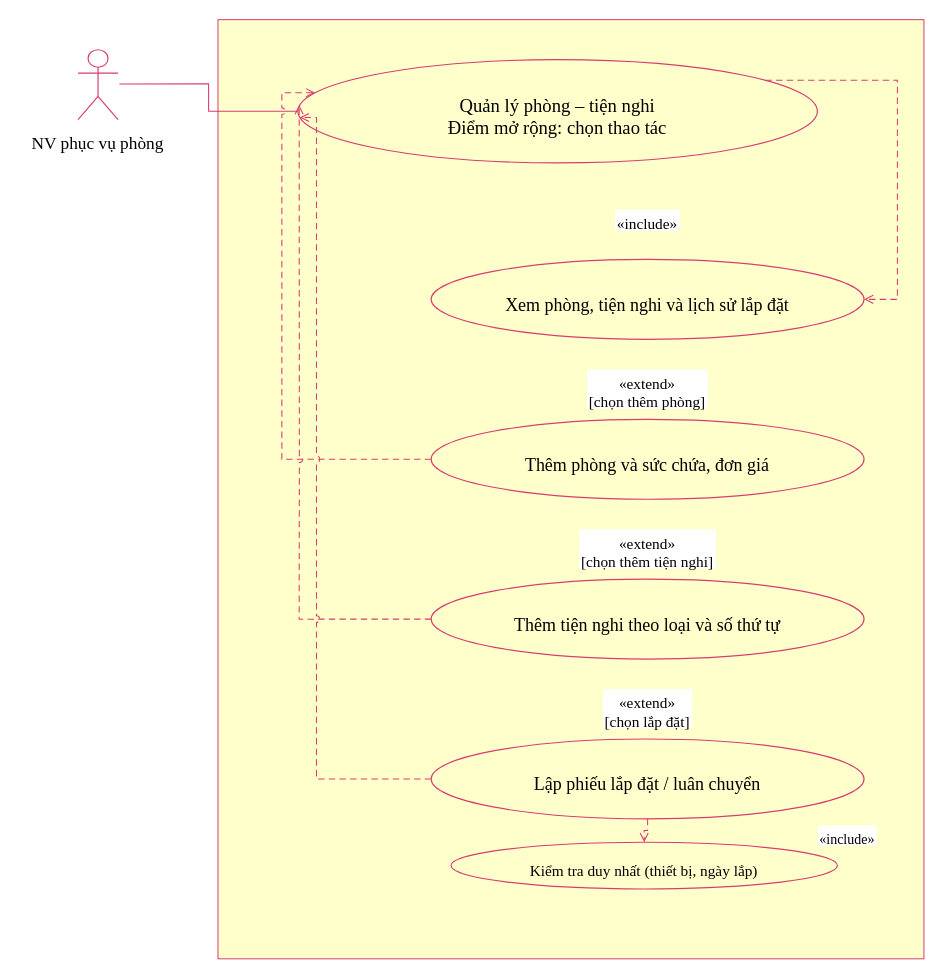
kanishere55/LAB_AT_OOSD keeps this draw.io diagram as LAB3/UML/02_PhanRaPhongTienNghi.drawio. Above is the earlier version. Source tidied: cells renumbered, new cells numbered last; positions are measured from the earlier drawing's top-left corner, leaving out a move shared by most shapes. Both pictures are drawn from the tidied source at 117%, with x=0, y=0 at pixel (29, 19).
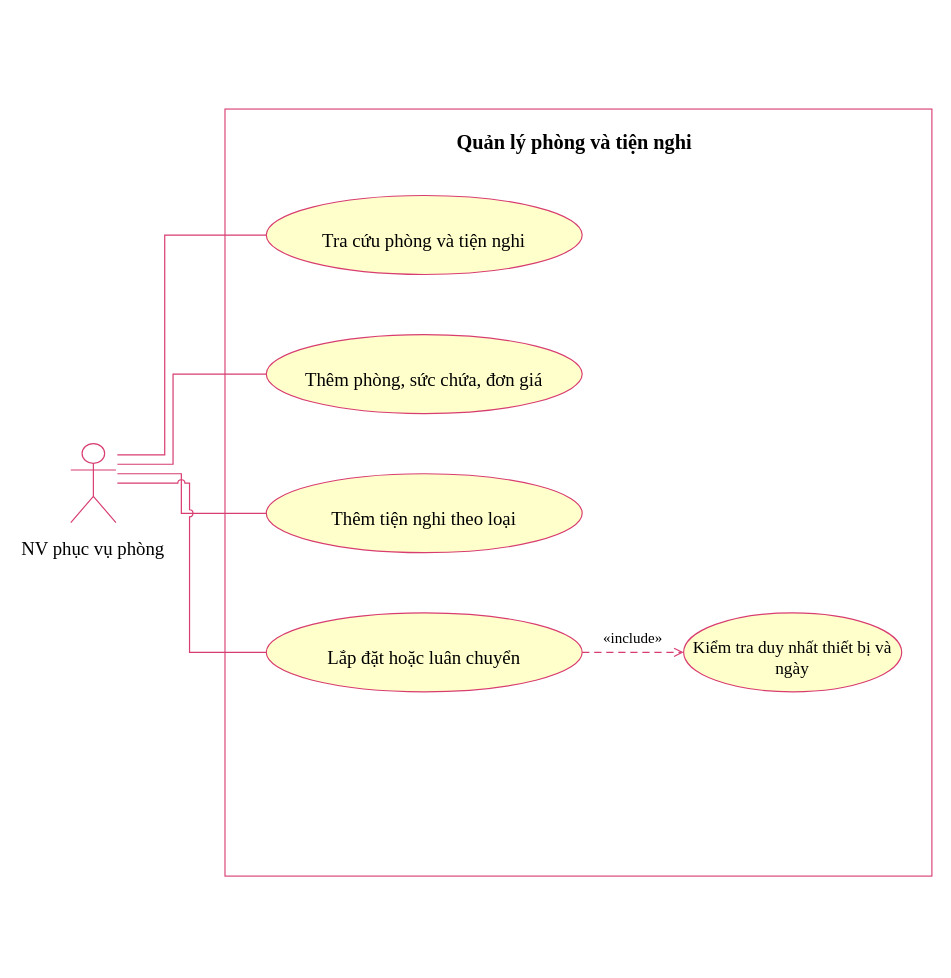
The same diagram, later.

Diff of the diagram source:
```diff
@@
-    <mxCell id="2" style="group;html=0;" parent="1" vertex="1">
-      <mxGeometry x="40.1" y="25.4" width="36.4" height="59.8" as="geometry" />
-    </mxCell>
-    <mxCell id="3" style="shape=umlActor;fillColor=none;strokeColor=#d83d70;" parent="2" vertex="1">
-      <mxGeometry x="1.1" y="0.6" width="34.2" height="59.8" as="geometry" />
+    <mxCell id="3" style="rounded=0;arcSize=12;html=0;fillColor=none;strokeColor=#D83D70;strokeWidth=0.964;" parent="1" vertex="1">
+      <mxGeometry x="166.8" y="76.7" width="604.2" height="655.6" as="geometry" />
     </mxCell>
-    <mxCell id="4" value="NV phục vụ phòng" style="text;html=0;strokeColor=none;fillColor=none;fontFamily=Times New Roman;fontColor=#000000;fontSize=14.801;fontStyle=0;align=center;verticalAlign=top;spacing=0;whiteSpace=nowrap;overflow=visible;" parent="2" vertex="1">
-      <mxGeometry x="-40" y="67.2" width="116.4" height="20.3" as="geometry" />
+    <mxCell id="4" value="Quản lý phòng và tiện nghi" style="text;html=0;strokeColor=none;fillColor=none;fontFamily=Times New Roman;fontColor=#000000;fontSize=17.354;fontStyle=1;align=center;verticalAlign=top;spacing=0;whiteSpace=nowrap;overflow=visible;" parent="1" vertex="1">
+      <mxGeometry x="363.2" y="90.2" width="204.9" height="23.7" as="geometry" />
     </mxCell>
+    <mxCell id="2" style="group;html=0;" parent="1" vertex="1">
+      <mxGeometry x="33.7" y="362.1" width="41.1" height="67.5" as="geometry" />
+    </mxCell>
-    <mxCell id="5" style="rounded=0;arcSize=12;html=0;fillColor=#ffffcc;strokeColor=#d83d70;strokeWidth=0.854;" parent="1" vertex="1">
-      <mxGeometry x="160.8" y="0.3" width="603.4" height="802.7" as="geometry" />
+    <mxCell id="5" style="shape=umlActor;fillColor=none;strokeColor=#D83D70;" parent="2" vertex="1">
+      <mxGeometry x="1.3" y="0.6" width="38.6" height="67.5" as="geometry" />
     </mxCell>
-    <mxCell id="6" style="group;html=0;" parent="1" vertex="1">
-      <mxGeometry x="229.1" y="34.5" width="444" height="88.2" as="geometry" />
-    </mxCell>
-    <mxCell id="7" style="shape=ellipse;fillColor=#ffffcc;strokeColor=#d83d70;" parent="6" vertex="1">
-      <mxGeometry width="444" height="88.2" as="geometry" />
+    <mxCell id="7" value="NV phục vụ phòng" style="text;html=0;strokeColor=none;fillColor=none;fontFamily=Times New Roman;fontColor=#000000;fontSize=16.069;fontStyle=0;align=center;verticalAlign=top;spacing=0;whiteSpace=nowrap;overflow=visible;" parent="2" vertex="1">
+      <mxGeometry x="-42.7" y="75.8" width="126.5" height="22.2" as="geometry" />
     </mxCell>
+    <mxCell id="10" style="group;html=0;" parent="1" vertex="1">
+      <mxGeometry x="202.1" y="150.6" width="270" height="67.5" as="geometry" />
+    </mxCell>
-    <mxCell id="8" value="Quản lý phòng – tiện nghi&#10;Điểm mở rộng: chọn thao tác" style="text;html=0;strokeColor=none;fillColor=none;fontFamily=Times New Roman;fontColor=#000000;fontSize=15.940;fontStyle=0;align=center;verticalAlign=top;spacing=0;whiteSpace=nowrap;overflow=visible;" parent="6" vertex="1">
-      <mxGeometry x="126.9" y="25.3" width="190.3" height="40.5" as="geometry" />
+    <mxCell id="8" style="shape=ellipse;fillColor=#FFFFCC;strokeColor=#D83D70;" parent="10" vertex="1">
+      <mxGeometry width="270" height="67.5" as="geometry" />
     </mxCell>
-    <mxCell id="9" style="edgeStyle=none;noEdgeStyle=1;rounded=0;jumpStyle=arc;jumpSize=6;strokeColor=#d83d70;strokeWidth=0.911;endArrow=none;endFill=0;startArrow=none;startFill=1;exitX=1.0;exitY=0.5;exitPerimeter=0;entryX=0.0;entryY=0.5;entryPerimeter=0;" parent="1" edge="1" source="2" target="6">
-      <mxGeometry relative="1" as="geometry">
-        <Array as="points">
-          <mxPoint x="152.8" y="55.2" />
-          <mxPoint x="152.8" y="78.6" />
-        </Array>
-      </mxGeometry>
+    <mxCell id="9" value="Tra cứu phòng và tiện nghi" style="text;html=0;strokeColor=none;fillColor=none;fontFamily=Times New Roman;fontColor=#000000;fontSize=16.069;fontStyle=0;align=center;verticalAlign=top;spacing=0;whiteSpace=nowrap;overflow=visible;" parent="10" vertex="1">
+      <mxGeometry x="46" y="24.3" width="177.9" height="22.2" as="geometry" />
     </mxCell>
-    <mxCell id="10" style="group;html=0;" parent="1" vertex="1">
-      <mxGeometry x="343" y="205.2" width="370" height="68.3" as="geometry" />
-    </mxCell>
-    <mxCell id="11" style="shape=ellipse;fillColor=#ffffcc;strokeColor=#d83d70;" parent="10" vertex="1">
-      <mxGeometry width="370" height="68.3" as="geometry" />
+    <mxCell id="11" style="edgeStyle=none;noEdgeStyle=1;rounded=0;jumpStyle=arc;jumpSize=6;strokeColor=#D83D70;strokeWidth=1.028;endArrow=none;endFill=0;startArrow=none;startFill=1;" parent="1" edge="1">
+      <mxGeometry relative="1" as="geometry">
+        <mxPoint x="74.8" y="372.2" as="sourcePoint" />
+        <mxPoint x="202.1" y="184.4" as="targetPoint" />
+        <Array as="points">
+          <mxPoint x="115.3" y="372.2" />
+          <mxPoint x="115.3" y="184.4" />
+        </Array>
+      </mxGeometry>
     </mxCell>
+    <mxCell id="15" style="group;html=0;" parent="1" vertex="1">
+      <mxGeometry x="202.1" y="269.5" width="270" height="67.5" as="geometry" />
+    </mxCell>
-    <mxCell id="12" value="Xem phòng, tiện nghi và lịch sử lắp đặt" style="text;html=0;strokeColor=none;fillColor=none;fontFamily=Times New Roman;fontColor=#000000;fontSize=15.371;fontStyle=0;align=center;verticalAlign=top;spacing=0;whiteSpace=nowrap;overflow=visible;" parent="10" vertex="1">
-      <mxGeometry x="61.9" y="25.1" width="246.2" height="21" as="geometry" />
+    <mxCell id="12" style="shape=ellipse;fillColor=#FFFFCC;strokeColor=#D83D70;" parent="15" vertex="1">
+      <mxGeometry width="270" height="67.5" as="geometry" />
     </mxCell>
-    <mxCell id="13" style="edgeStyle=none;noEdgeStyle=1;rounded=0;jumpStyle=arc;jumpSize=6;strokeColor=#d83d70;strokeWidth=0.911;endArrow=open;endFill=0;startArrow=none;startFill=1;dashed=1;dashPattern=6 4;exitX=0.9;exitY=0.2;exitPerimeter=0;entryX=1.0;entryY=0.5;entryPerimeter=0;" parent="1" edge="1" source="6" target="10">
-      <mxGeometry relative="1" as="geometry">
-        <Array as="points">
-          <mxPoint x="741.5" y="52.1" />
-          <mxPoint x="741.5" y="239.4" />
-        </Array>
-      </mxGeometry>
+    <mxCell id="13" value="Thêm phòng, sức chứa, đơn giá" style="text;html=0;strokeColor=none;fillColor=none;fontFamily=Times New Roman;fontColor=#000000;fontSize=16.069;fontStyle=0;align=center;verticalAlign=top;spacing=0;whiteSpace=nowrap;overflow=visible;" parent="15" vertex="1">
+      <mxGeometry x="31.7" y="24.3" width="206.6" height="22.2" as="geometry" />
     </mxCell>
-    <mxCell id="14" value="«include»" style="text;html=0;strokeColor=none;fillColor=#ffffff;fontFamily=Times New Roman;fontColor=#000000;fontSize=13.094;fontStyle=0;align=center;verticalAlign=top;spacing=0;whiteSpace=nowrap;overflow=visible;" parent="1" vertex="1">
-      <mxGeometry x="500.4" y="162.6" width="55.2" height="18.3" as="geometry" />
+    <mxCell id="14" style="edgeStyle=none;noEdgeStyle=1;rounded=0;jumpStyle=arc;jumpSize=6;strokeColor=#D83D70;strokeWidth=1.028;endArrow=none;endFill=0;startArrow=none;startFill=1;" parent="1" edge="1">
+      <mxGeometry relative="1" as="geometry">
+        <mxPoint x="74.8" y="380.3" as="sourcePoint" />
+        <mxPoint x="202.1" y="303.3" as="targetPoint" />
+        <Array as="points">
+          <mxPoint x="122.4" y="380.3" />
+          <mxPoint x="122.4" y="303.3" />
+        </Array>
+      </mxGeometry>
     </mxCell>
-    <mxCell id="15" style="group;html=0;" parent="1" vertex="1">
-      <mxGeometry x="343" y="341.9" width="370" height="68.3" as="geometry" />
-    </mxCell>
+    <mxCell id="20" style="group;html=0;" parent="1" vertex="1">
+      <mxGeometry x="202.1" y="388.4" width="270" height="67.5" as="geometry" />
+    </mxCell>
-    <mxCell id="16" style="shape=ellipse;fillColor=#ffffcc;strokeColor=#d83d70;" parent="15" vertex="1">
-      <mxGeometry width="370" height="68.3" as="geometry" />
+    <mxCell id="16" style="shape=ellipse;fillColor=#FFFFCC;strokeColor=#D83D70;" parent="20" vertex="1">
+      <mxGeometry width="270" height="67.5" as="geometry" />
     </mxCell>
-    <mxCell id="17" value="Thêm phòng và sức chứa, đơn giá" style="text;html=0;strokeColor=none;fillColor=none;fontFamily=Times New Roman;fontColor=#000000;fontSize=15.371;fontStyle=0;align=center;verticalAlign=top;spacing=0;whiteSpace=nowrap;overflow=visible;" parent="15" vertex="1">
-      <mxGeometry x="78.8" y="25.1" width="212.3" height="21" as="geometry" />
+    <mxCell id="17" value="Thêm tiện nghi theo loại" style="text;html=0;strokeColor=none;fillColor=none;fontFamily=Times New Roman;fontColor=#000000;fontSize=16.069;fontStyle=0;align=center;verticalAlign=top;spacing=0;whiteSpace=nowrap;overflow=visible;" parent="20" vertex="1">
+      <mxGeometry x="54.1" y="24.3" width="161.8" height="22.2" as="geometry" />
     </mxCell>
-    <mxCell id="18" style="edgeStyle=none;noEdgeStyle=1;rounded=0;jumpStyle=arc;jumpSize=6;strokeColor=#d83d70;strokeWidth=0.911;endArrow=open;endFill=0;startArrow=none;startFill=1;dashed=1;dashPattern=6 4;exitX=0.0;exitY=0.5;exitPerimeter=0;entryX=0.03352384841237597;entryY=0.31999999999999995;entryPerimeter=0;" parent="1" edge="1" source="15" target="6">
+    <mxCell id="18" style="edgeStyle=none;noEdgeStyle=1;rounded=0;jumpStyle=arc;jumpSize=6;strokeColor=#D83D70;strokeWidth=1.028;endArrow=none;endFill=0;startArrow=none;startFill=1;" parent="1" edge="1">
       <mxGeometry relative="1" as="geometry">
+        <mxPoint x="74.8" y="388.4" as="sourcePoint" />
+        <mxPoint x="202.1" y="422.2" as="targetPoint" />
         <Array as="points">
-          <mxPoint x="215.4" y="376" />
-          <mxPoint x="215.4" y="62.7" />
+          <mxPoint x="129.5" y="388.4" />
+          <mxPoint x="129.5" y="422.2" />
         </Array>
       </mxGeometry>
     </mxCell>
+    <mxCell id="25" style="group;html=0;" parent="1" vertex="1">
+      <mxGeometry x="202.1" y="507.3" width="270" height="67.5" as="geometry" />
+    </mxCell>
-    <mxCell id="19" value="«extend»&#10;[chọn thêm phòng]" style="text;html=0;strokeColor=none;fillColor=#ffffff;fontFamily=Times New Roman;fontColor=#000000;fontSize=13.094;fontStyle=0;align=center;verticalAlign=top;spacing=0;whiteSpace=nowrap;overflow=visible;" parent="1" vertex="1">
-      <mxGeometry x="476.3" y="299.2" width="103.3" height="33.7" as="geometry" />
+    <mxCell id="19" style="shape=ellipse;fillColor=#FFFFCC;strokeColor=#D83D70;" parent="25" vertex="1">
+      <mxGeometry width="270" height="67.5" as="geometry" />
     </mxCell>
-    <mxCell id="20" style="group;html=0;" parent="1" vertex="1">
-      <mxGeometry x="343" y="478.5" width="370" height="68.3" as="geometry" />
-    </mxCell>
-    <mxCell id="21" style="shape=ellipse;fillColor=#ffffcc;strokeColor=#d83d70;" parent="20" vertex="1">
-      <mxGeometry width="370" height="68.3" as="geometry" />
+    <mxCell id="21" value="Lắp đặt hoặc luân chuyển" style="text;html=0;strokeColor=none;fillColor=none;fontFamily=Times New Roman;fontColor=#000000;fontSize=16.069;fontStyle=0;align=center;verticalAlign=top;spacing=0;whiteSpace=nowrap;overflow=visible;" parent="25" vertex="1">
+      <mxGeometry x="50.7" y="24.3" width="168.6" height="22.2" as="geometry" />
     </mxCell>
-    <mxCell id="22" value="Thêm tiện nghi theo loại và số thứ tự" style="text;html=0;strokeColor=none;fillColor=none;fontFamily=Times New Roman;fontColor=#000000;fontSize=15.371;fontStyle=0;align=center;verticalAlign=top;spacing=0;whiteSpace=nowrap;overflow=visible;" parent="20" vertex="1">
-      <mxGeometry x="69.5" y="25.1" width="231.1" height="21" as="geometry" />
+    <mxCell id="22" style="edgeStyle=none;noEdgeStyle=1;rounded=0;jumpStyle=arc;jumpSize=6;strokeColor=#D83D70;strokeWidth=1.028;endArrow=none;endFill=0;startArrow=none;startFill=1;" parent="1" edge="1">
+      <mxGeometry relative="1" as="geometry">
+        <mxPoint x="74.8" y="396.5" as="sourcePoint" />
+        <mxPoint x="202.1" y="541.1" as="targetPoint" />
+        <Array as="points">
+          <mxPoint x="136.5" y="396.5" />
+          <mxPoint x="136.5" y="541.1" />
+        </Array>
+      </mxGeometry>
     </mxCell>
+    <mxCell id="35" style="group;html=0;" parent="1" vertex="1">
+      <mxGeometry x="558.8" y="507.3" width="186.4" height="67.5" as="geometry" />
+    </mxCell>
-    <mxCell id="23" style="edgeStyle=none;noEdgeStyle=1;rounded=0;jumpStyle=arc;jumpSize=6;strokeColor=#d83d70;strokeWidth=0.911;endArrow=open;endFill=0;startArrow=none;startFill=1;dashed=1;dashPattern=6 4;exitX=0.0;exitY=0.5;exitPerimeter=0;entryX=0.003613054160365728;entryY=0.43999999999999995;entryPerimeter=0;" parent="1" edge="1" source="20" target="6">
-      <mxGeometry relative="1" as="geometry">
-        <Array as="points">
-          <mxPoint x="230.2" y="512.7" />
-          <mxPoint x="230.2" y="73.3" />
-        </Array>
-      </mxGeometry>
+    <mxCell id="23" style="shape=ellipse;fillColor=#FFFFCC;strokeColor=#D83D70;" parent="35" vertex="1">
+      <mxGeometry width="186.4" height="67.5" as="geometry" />
     </mxCell>
-    <mxCell id="24" value="«extend»&#10;[chọn thêm tiện nghi]" style="text;html=0;strokeColor=none;fillColor=#ffffff;fontFamily=Times New Roman;fontColor=#000000;fontSize=13.094;fontStyle=0;align=center;verticalAlign=top;spacing=0;whiteSpace=nowrap;overflow=visible;" parent="1" vertex="1">
-      <mxGeometry x="469.5" y="435.8" width="117" height="33.7" as="geometry" />
+    <mxCell id="24" value="Kiểm tra duy nhất thiết bị và&#10;ngày" style="text;html=0;strokeColor=none;fillColor=none;fontFamily=Times New Roman;fontColor=#000000;fontSize=14.783;fontStyle=0;align=center;verticalAlign=top;spacing=0;whiteSpace=nowrap;overflow=visible;" parent="35" vertex="1">
+      <mxGeometry x="5.9" y="16.3" width="174.5" height="38.1" as="geometry" />
     </mxCell>
-    <mxCell id="25" style="group;html=0;" parent="1" vertex="1">
-      <mxGeometry x="343" y="615.1" width="370" height="68.3" as="geometry" />
-    </mxCell>
-    <mxCell id="26" style="shape=ellipse;fillColor=#ffffcc;strokeColor=#d83d70;" parent="25" vertex="1">
-      <mxGeometry width="370" height="68.3" as="geometry" />
+    <mxCell id="26" style="edgeStyle=none;noEdgeStyle=1;rounded=0;jumpStyle=arc;jumpSize=6;strokeColor=#D83D70;strokeWidth=1.028;endArrow=open;endFill=0;startArrow=none;startFill=1;dashed=1;dashPattern=6 4;exitX=1.0;exitY=0.5;exitPerimeter=0;entryX=0.0;entryY=0.5;entryPerimeter=0;" parent="1" edge="1" source="25" target="35">
+      <mxGeometry relative="1" as="geometry" />
     </mxCell>
-    <mxCell id="27" value="Lập phiếu lắp đặt / luân chuyển" style="text;html=0;strokeColor=none;fillColor=none;fontFamily=Times New Roman;fontColor=#000000;fontSize=15.371;fontStyle=0;align=center;verticalAlign=top;spacing=0;whiteSpace=nowrap;overflow=visible;" parent="25" vertex="1">
-      <mxGeometry x="86.4" y="25.1" width="197.3" height="21" as="geometry" />
+    <mxCell id="27" value="«include»" style="text;html=0;strokeColor=none;fillColor=#ffffff;fontFamily=Times New Roman;fontColor=#000000;fontSize=12.855;fontStyle=0;align=center;verticalAlign=top;spacing=0;whiteSpace=nowrap;overflow=visible;" parent="1" vertex="1">
+      <mxGeometry x="488.4" y="517" width="54.6" height="18.4" as="geometry" />
     </mxCell>
-    <mxCell id="28" style="edgeStyle=none;noEdgeStyle=1;rounded=0;jumpStyle=arc;jumpSize=6;strokeColor=#d83d70;strokeWidth=0.911;endArrow=open;endFill=0;startArrow=none;startFill=1;dashed=1;dashPattern=6 4;exitX=0.0;exitY=0.5;exitPerimeter=0;entryX=0.003613054160365801;entryY=0.56;entryPerimeter=0;" parent="1" edge="1" source="25" target="6">
-      <mxGeometry relative="1" as="geometry">
-        <Array as="points">
-          <mxPoint x="245" y="649.3" />
-          <mxPoint x="245" y="83.9" />
-        </Array>
-      </mxGeometry>
-    </mxCell>
-    <mxCell id="29" value="«extend»&#10;[chọn lắp đặt]" style="text;html=0;strokeColor=none;fillColor=#ffffff;fontFamily=Times New Roman;fontColor=#000000;fontSize=13.094;fontStyle=0;align=center;verticalAlign=top;spacing=0;whiteSpace=nowrap;overflow=visible;" parent="1" vertex="1">
-      <mxGeometry x="489.8" y="572.4" width="76.4" height="33.7" as="geometry" />
-    </mxCell>
-    <mxCell id="30" style="group;html=0;" parent="1" vertex="1">
-      <mxGeometry x="360" y="703.4" width="330.2" height="39.9" as="geometry" />
-    </mxCell>
-    <mxCell id="31" style="shape=ellipse;fillColor=#ffffcc;strokeColor=#d83d70;" parent="30" vertex="1">
-      <mxGeometry width="330.2" height="39.9" as="geometry" />
-    </mxCell>
-    <mxCell id="32" value="Kiểm tra duy nhất (thiết bị, ngày lắp)" style="text;html=0;strokeColor=none;fillColor=none;fontFamily=Times New Roman;fontColor=#000000;fontSize=13.094;fontStyle=0;align=center;verticalAlign=top;spacing=0;whiteSpace=nowrap;overflow=visible;" parent="30" vertex="1">
-      <mxGeometry x="65.5" y="12.2" width="199.1" height="18.3" as="geometry" />
-    </mxCell>
-    <mxCell id="33" style="edgeStyle=none;noEdgeStyle=1;rounded=0;jumpStyle=arc;jumpSize=6;strokeColor=#d83d70;strokeWidth=0.911;endArrow=open;endFill=0;startArrow=none;startFill=1;dashed=1;dashPattern=6 4;exitX=0.5;exitY=1.0;exitPerimeter=0;entryX=0.5;entryY=0.0;entryPerimeter=0;" parent="1" edge="1" source="25" target="30">
-      <mxGeometry relative="1" as="geometry">
-        <Array as="points">
-          <mxPoint x="528" y="693.4" />
-          <mxPoint x="525.1" y="693.4" />
-        </Array>
-      </mxGeometry>
-    </mxCell>
-    <mxCell id="34" value="«include»" style="text;html=0;strokeColor=none;fillColor=#ffffff;fontFamily=Times New Roman;fontColor=#000000;fontSize=11.955;fontStyle=0;align=center;verticalAlign=top;spacing=0;whiteSpace=nowrap;overflow=visible;" parent="1" vertex="1">
-      <mxGeometry x="673.6" y="689.1" width="50.4" height="17" as="geometry" />
-    </mxCell>
```
